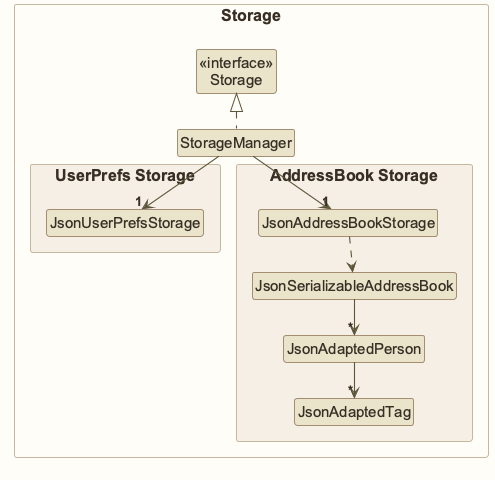
Before: docs/images/StorageClassDiagram.png, a diagram exported from PlantUML (AY2627S1-CS2103T-W12-1/tp).
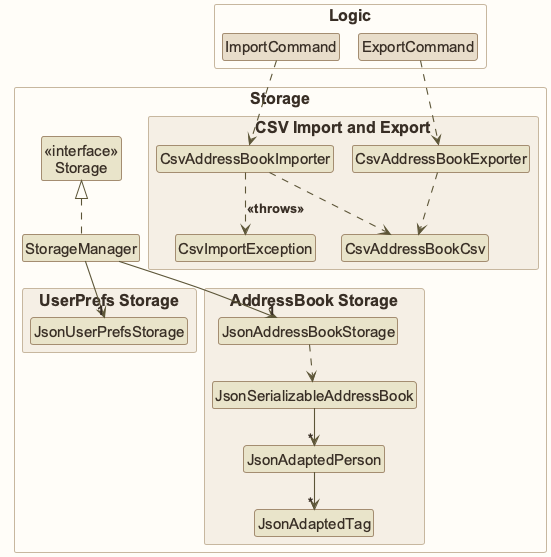
The same diagram one commit later.

Change to the diagram source:
```diff
@@ -21,6 +21,18 @@
 Class JsonAdaptedTag
 }
 
+package "CSV Import and Export" #F5EFE5{
+Class CsvAddressBookImporter
+Class CsvAddressBookExporter
+Class CsvAddressBookCsv
+Class CsvImportException
+}
+
+}
+
+package Logic {
+Class ImportCommand LOGIC_COLOR
+Class ExportCommand LOGIC_COLOR
 }
 
 
@@ -32,4 +44,10 @@
 JsonSerializableAddressBook --> "*" JsonAdaptedPerson
 JsonAdaptedPerson --> "*" JsonAdaptedTag
 
+ImportCommand ..> CsvAddressBookImporter
+ExportCommand ..> CsvAddressBookExporter
+CsvAddressBookImporter ..> CsvAddressBookCsv
+CsvAddressBookExporter ..> CsvAddressBookCsv
+CsvAddressBookImporter ..> CsvImportException : <<throws>>
+
 @enduml
```
